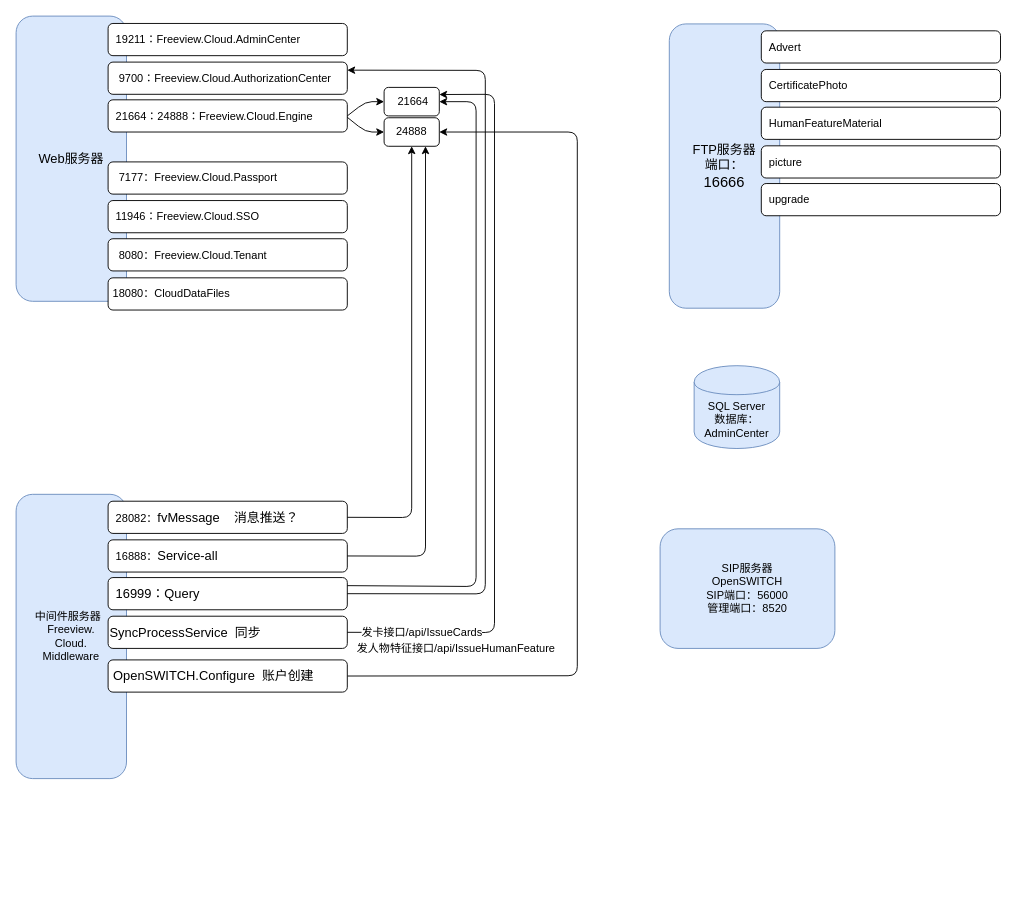
Above: page "Page-1" (1 of 2) of xinch.drawio in jeffmacn/myjava (draw.io), before the change. Source tidied: cells renumbered, new cells numbered last; positions are measured from the earlier drawing's top-left corner, leaving out a move shared by most shapes. Both pictures are drawn from the tidied source at 92%, with x=0, y=0 at pixel (16, 16).
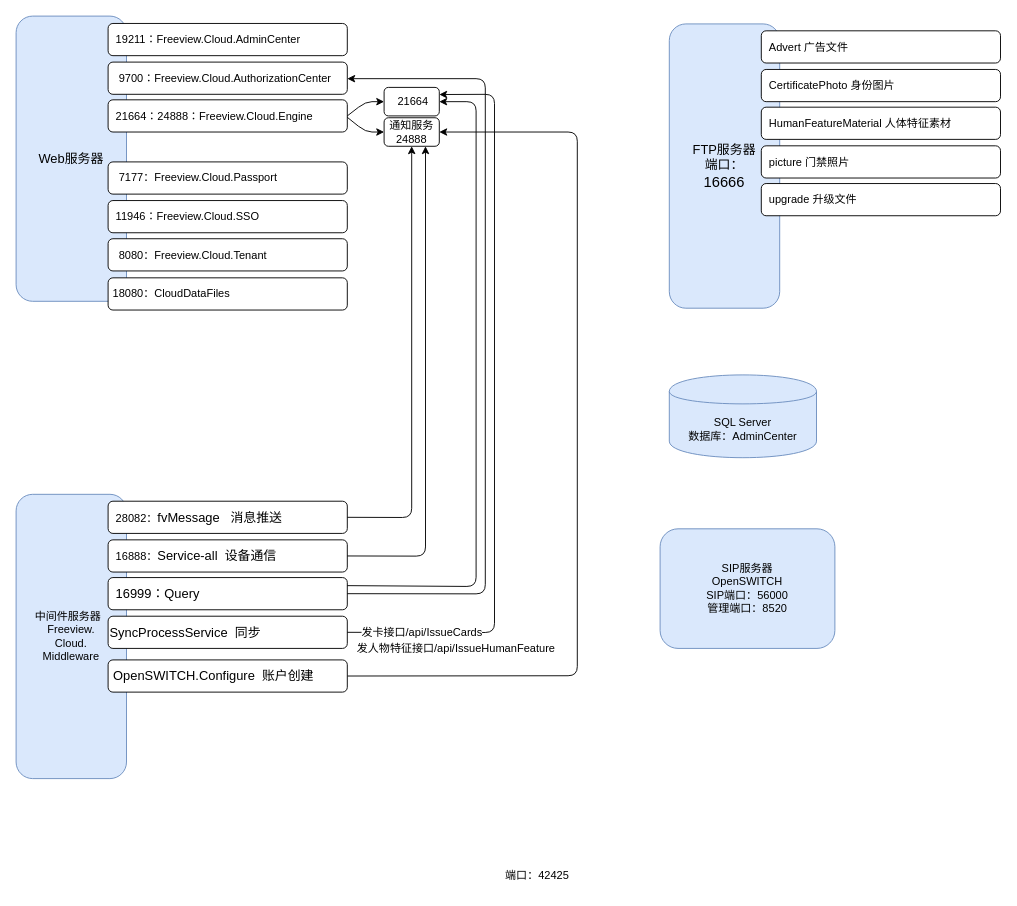
After the change.

The change refers to these unchanged cells:
```xml
<mxCell id="5" value="&amp;nbsp; &amp;nbsp;&lt;span lang=&quot;EN-US&quot; style=&quot;font-size: 12px&quot;&gt;9700：&lt;/span&gt;Freeview.Cloud.AuthorizationCenter" style="rounded=1;whiteSpace=wrap;html=1;align=left;fontSize=12;" parent="1" vertex="1">
  <mxGeometry x="100" y="50" width="260" height="35" as="geometry" />
</mxCell>
<mxCell id="21" value="&lt;span style=&quot;white-space: nowrap&quot;&gt;&amp;nbsp;&amp;nbsp;&lt;/span&gt;&lt;span lang=&quot;EN-US&quot; style=&quot;font-size: 10.5pt ; font-family: &amp;#34;calibri&amp;#34; , sans-serif&quot;&gt;16999：&lt;/span&gt;&lt;span lang=&quot;EN-US&quot; style=&quot;font-size: 10.5pt ; font-family: &amp;#34;calibri&amp;#34; , sans-serif&quot;&gt;Query&lt;/span&gt;" style="rounded=1;whiteSpace=wrap;html=1;align=left;" parent="1" vertex="1">
  <mxGeometry x="100" y="610.3" width="260" height="35" as="geometry" />
</mxCell>
```

Change to the diagram source:
```diff
@@
     <mxCell id="2" value="SQL Server&lt;br&gt;数据库：AdminCenter" style="shape=cylinder;whiteSpace=wrap;html=1;boundedLbl=1;backgroundOutline=1;fillColor=#dae8fc;strokeColor=#6c8ebf;" parent="1" vertex="1">
-      <mxGeometry x="737" y="380" width="93" height="90" as="geometry" />
+      <mxGeometry x="710" y="390" width="160" height="90" as="geometry" />
     </mxCell>
@@
-    <mxCell id="11" value="&amp;nbsp;&amp;nbsp;&lt;span style=&quot;white-space: nowrap&quot;&gt;Advert&lt;/span&gt;" style="rounded=1;whiteSpace=wrap;html=1;align=left;" parent="1" vertex="1">
+    <mxCell id="11" value="&amp;nbsp;&amp;nbsp;&lt;span style=&quot;white-space: nowrap&quot;&gt;Advert 广告文件&lt;/span&gt;" style="rounded=1;whiteSpace=wrap;html=1;align=left;" parent="1" vertex="1">
       <mxGeometry x="810" y="16" width="260" height="35" as="geometry" />
     </mxCell>
-    <mxCell id="12" value="&amp;nbsp;&amp;nbsp;&lt;span style=&quot;white-space: nowrap&quot;&gt;CertificatePhoto&lt;/span&gt;" style="rounded=1;whiteSpace=wrap;html=1;align=left;" parent="1" vertex="1">
+    <mxCell id="12" value="&amp;nbsp;&amp;nbsp;&lt;span style=&quot;white-space: nowrap&quot;&gt;CertificatePhoto 身份图片&lt;/span&gt;" style="rounded=1;whiteSpace=wrap;html=1;align=left;" parent="1" vertex="1">
       <mxGeometry x="810" y="58" width="260" height="35" as="geometry" />
     </mxCell>
-    <mxCell id="13" value="&lt;span style=&quot;white-space: nowrap&quot;&gt;&amp;nbsp; HumanFeatureMaterial&lt;/span&gt;" style="rounded=1;whiteSpace=wrap;html=1;align=left;" parent="1" vertex="1">
+    <mxCell id="13" value="&lt;span style=&quot;white-space: nowrap&quot;&gt;&amp;nbsp; HumanFeatureMaterial 人体特征素材&lt;/span&gt;" style="rounded=1;whiteSpace=wrap;html=1;align=left;" parent="1" vertex="1">
       <mxGeometry x="810" y="99" width="260" height="35" as="geometry" />
     </mxCell>
-    <mxCell id="14" value="&amp;nbsp;&amp;nbsp;&lt;span style=&quot;white-space: nowrap&quot;&gt;picture&lt;/span&gt;" style="rounded=1;whiteSpace=wrap;html=1;align=left;" parent="1" vertex="1">
+    <mxCell id="14" value="&amp;nbsp;&amp;nbsp;&lt;span style=&quot;white-space: nowrap&quot;&gt;picture 门禁照片&lt;/span&gt;" style="rounded=1;whiteSpace=wrap;html=1;align=left;" parent="1" vertex="1">
       <mxGeometry x="810" y="141" width="260" height="35" as="geometry" />
     </mxCell>
-    <mxCell id="15" value="&amp;nbsp;&amp;nbsp;&lt;span style=&quot;white-space: nowrap&quot;&gt;upgrade&lt;/span&gt;" style="rounded=1;whiteSpace=wrap;html=1;align=left;" parent="1" vertex="1">
+    <mxCell id="15" value="&amp;nbsp;&amp;nbsp;&lt;span style=&quot;white-space: nowrap&quot;&gt;upgrade 升级文件&lt;/span&gt;" style="rounded=1;whiteSpace=wrap;html=1;align=left;" parent="1" vertex="1">
       <mxGeometry x="810" y="182" width="260" height="35" as="geometry" />
     </mxCell>
@@
-    <mxCell id="19" value="&amp;nbsp; &lt;span style=&quot;white-space: nowrap&quot;&gt;28082：&lt;/span&gt;&lt;span lang=&quot;EN-US&quot; style=&quot;font-size: 10.5pt ; font-family: &amp;#34;calibri&amp;#34; , sans-serif&quot;&gt;fvMessage&amp;nbsp; &amp;nbsp; 消息推送？&lt;/span&gt;" style="rounded=1;whiteSpace=wrap;html=1;align=left;" parent="1" vertex="1">
+    <mxCell id="19" value="&amp;nbsp; &lt;span style=&quot;white-space: nowrap&quot;&gt;28082：&lt;/span&gt;&lt;span lang=&quot;EN-US&quot; style=&quot;font-size: 10.5pt ; font-family: &amp;#34;calibri&amp;#34; , sans-serif&quot;&gt;fvMessage&amp;nbsp; &amp;nbsp;消息推送&lt;/span&gt;" style="rounded=1;whiteSpace=wrap;html=1;align=left;" parent="1" vertex="1">
       <mxGeometry x="100" y="527.3" width="260" height="35" as="geometry" />
     </mxCell>
-    <mxCell id="20" value="&amp;nbsp; 16888：&lt;span lang=&quot;EN-US&quot; style=&quot;font-size: 10.5pt; font-family: calibri, sans-serif;&quot;&gt;Service-all&lt;/span&gt;" style="rounded=1;whiteSpace=wrap;html=1;align=left;fontColor=#000000;" parent="1" vertex="1">
+    <mxCell id="20" value="&amp;nbsp; 16888：&lt;span lang=&quot;EN-US&quot; style=&quot;font-size: 10.5pt ; font-family: &amp;#34;calibri&amp;#34; , sans-serif&quot;&gt;Service-all&amp;nbsp; 设备通信&lt;/span&gt;" style="rounded=1;whiteSpace=wrap;html=1;align=left;fontColor=#000000;" parent="1" vertex="1">
       <mxGeometry x="100" y="569.3" width="260" height="35" as="geometry" />
     </mxCell>
@@
-    <mxCell id="24" value="&lt;span style=&quot;text-align: left&quot;&gt;24888&lt;/span&gt;" style="rounded=1;whiteSpace=wrap;html=1;fontSize=12;fontColor=#000000;align=center;" parent="1" vertex="1">
+    <mxCell id="24" value="&lt;span style=&quot;text-align: left&quot;&gt;通知服务24888&lt;/span&gt;" style="rounded=1;whiteSpace=wrap;html=1;fontSize=12;fontColor=#000000;align=center;" parent="1" vertex="1">
       <mxGeometry x="400" y="110.5" width="60" height="31" as="geometry" />
     </mxCell>
@@
-    <mxCell id="30" style="endArrow=classic;html=1;fontSize=12;fontColor=#000000;exitX=1;exitY=0.5;exitDx=0;exitDy=0;entryX=1;entryY=0.25;entryDx=0;entryDy=0;" parent="1" edge="1" source="21" target="5">
+    <mxCell id="30" style="endArrow=classic;html=1;fontSize=12;fontColor=#000000;exitX=1;exitY=0.5;exitDx=0;exitDy=0;" parent="1" edge="1" source="21">
       <mxGeometry relative="1" as="geometry">
+        <mxPoint x="360" y="68" as="targetPoint" />
         <Array as="points">
           <mxPoint x="510" y="628" />
-          <mxPoint x="510" y="59" />
+          <mxPoint x="510" y="68" />
         </Array>
       </mxGeometry>
     </mxCell>
@@
+    <mxCell id="36" value="端口：42425" style="text;html=1;" parent="1" vertex="1">
+      <mxGeometry x="530" y="920" width="60" height="30" as="geometry" />
+    </mxCell>
```
